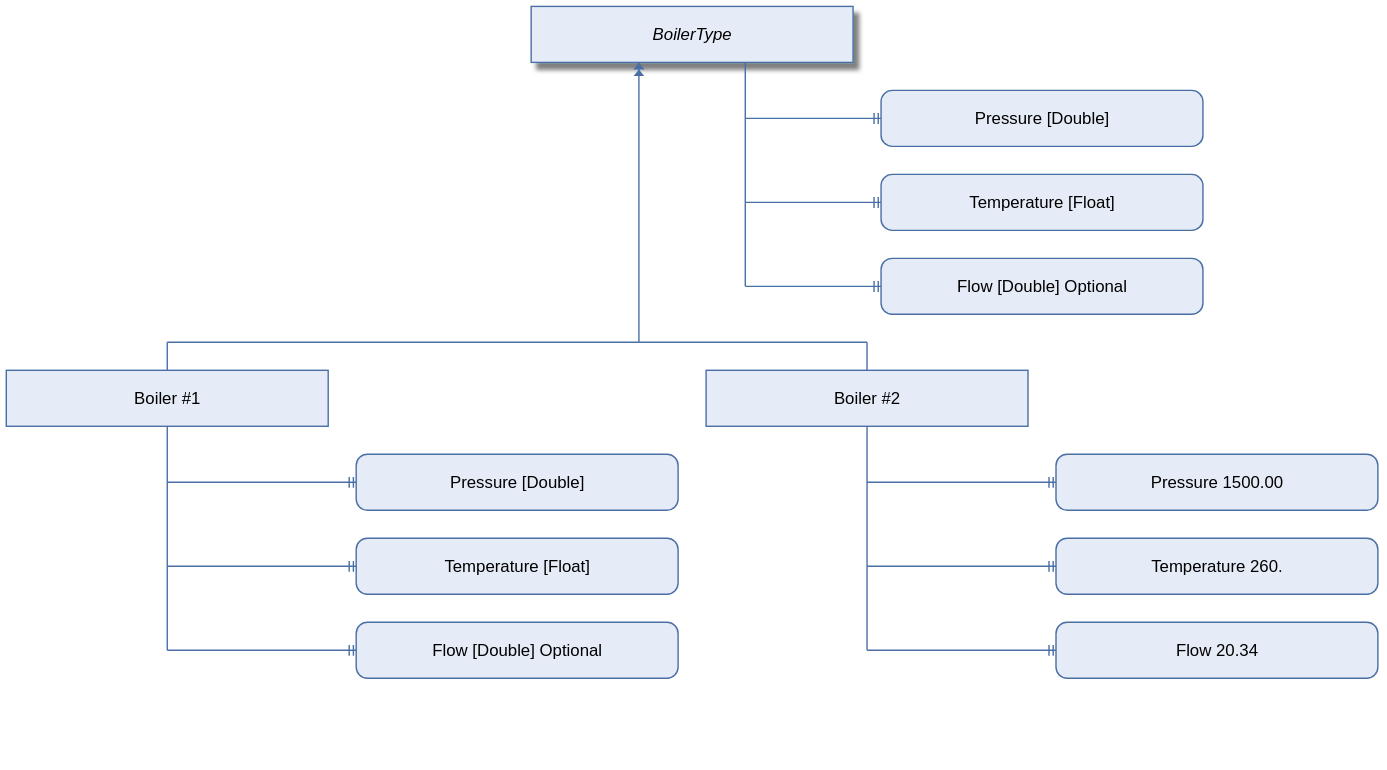
Before: example.svg, a diagram exported from PlantUML (gergap/opcdiaggen). Its source is kept beside it as example.puml.
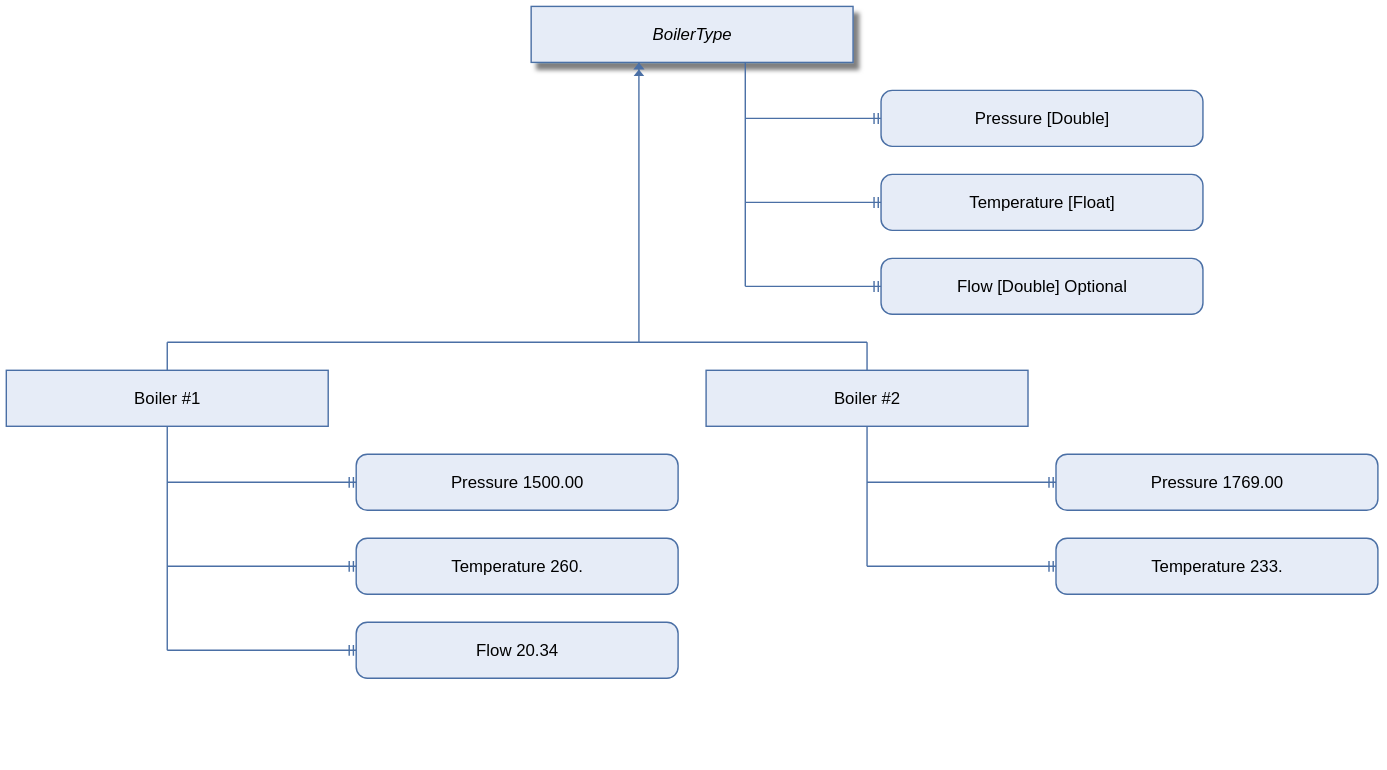
Later version of the same file.

Change to the diagram source:
```diff
@@ -7,12 +7,12 @@
 *** var "Flow [Double] Optional"
 
 ** obj "Boiler #1"
-*** var "Pressure [Double]"
-*** var "Temperature [Float]"
-*** var "Flow [Double] Optional"
-
-** obj "Boiler #2"
 *** hasProperty var "Pressure 1500.00"
 *** hasProperty var "Temperature 260."
 *** hasProperty var "Flow 20.34"
+
+** obj "Boiler #2"
+*** hasProperty var "Pressure 1769.00"
+*** hasProperty var "Temperature 233."
+
 @endtypesystem
```
